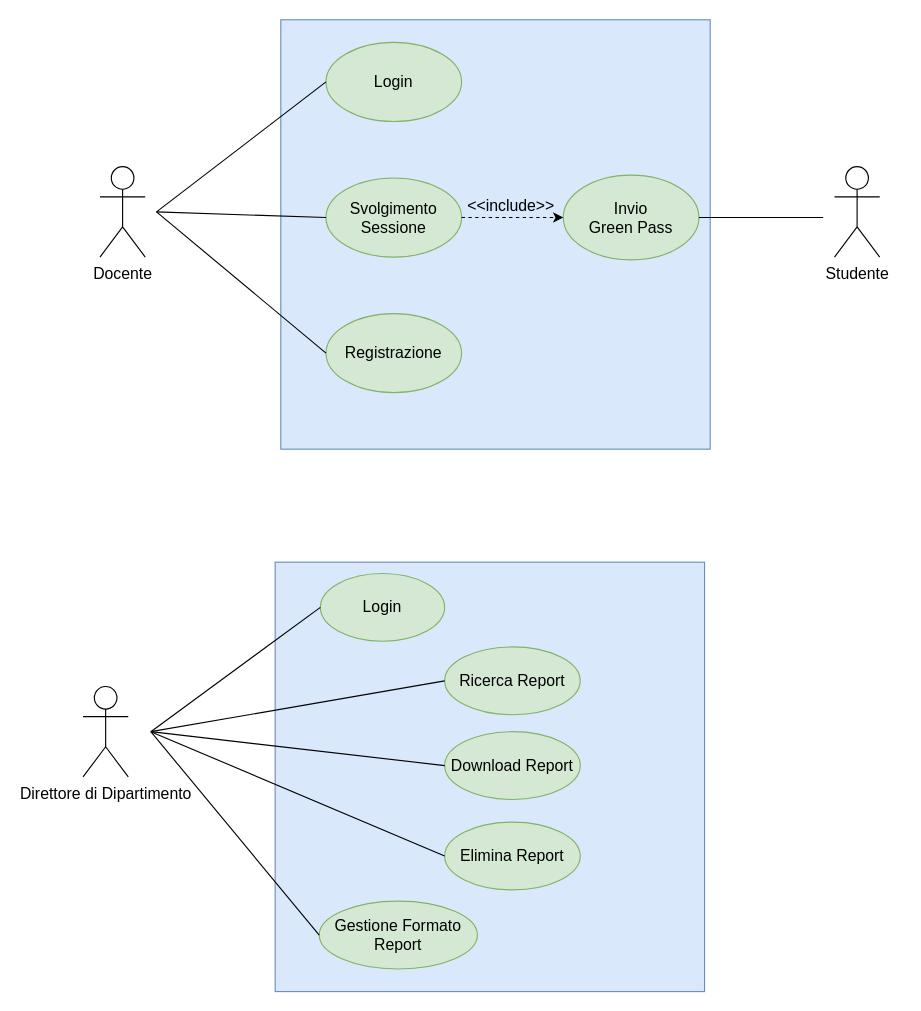
The draw.io diagram Documentazione/Resources/Use Case Model.drawio in Alberto-00/EasyPass, before the edit. Source tidied: cells renumbered, new cells numbered last; positions are measured from the earlier drawing's top-left corner, leaving out a move shared by most shapes. Both pictures are drawn from the tidied source at 113%, with x=0, y=0 at pixel (82, 19).
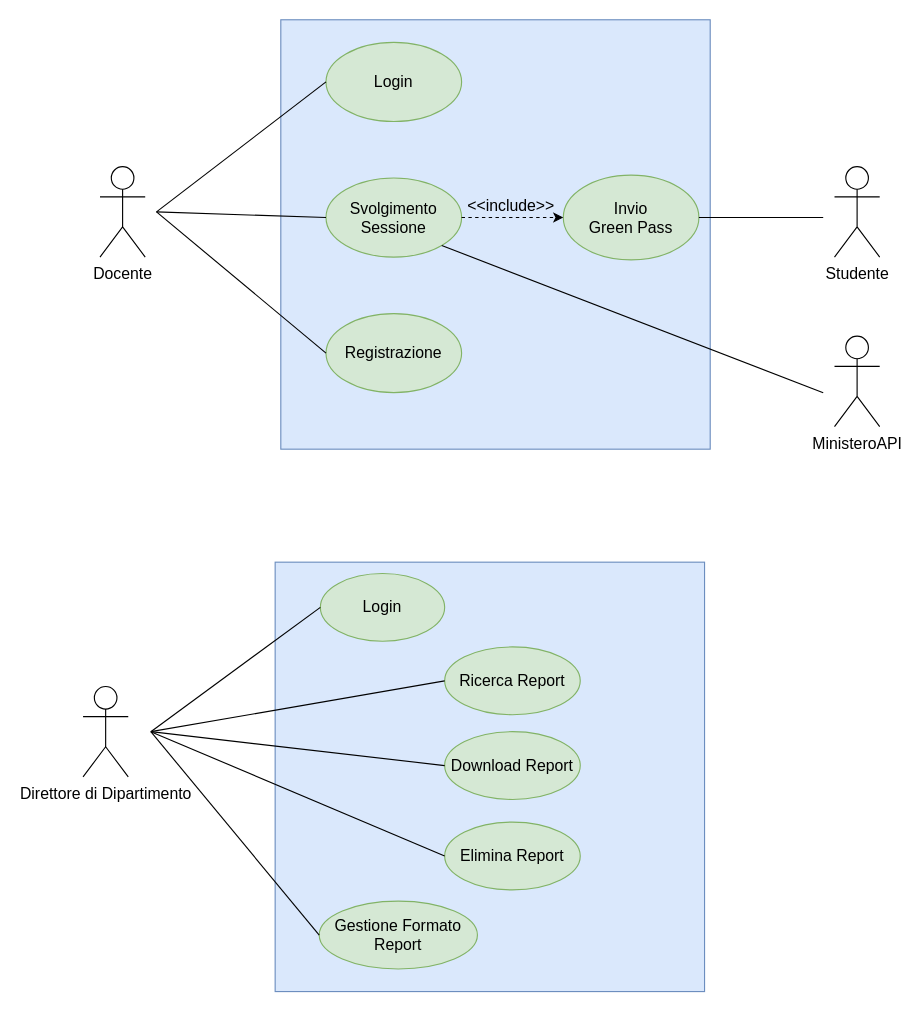
Above is the later version.

Unchanged cells that the change refers to:
```xml
<mxCell id="5" value="&lt;font style=&quot;font-size: 14px&quot;&gt;Svolgimento Sessione&lt;/font&gt;" style="ellipse;whiteSpace=wrap;html=1;fillColor=#d5e8d4;strokeColor=#82b366;" parent="1" vertex="1">
  <mxGeometry x="215" y="140" width="120" height="70" as="geometry" />
</mxCell>
```

Change to the diagram source:
```diff
@@
+    <mxCell id="27" value="&lt;font style=&quot;font-size: 14px&quot;&gt;MinisteroAPI&lt;/font&gt;" style="shape=umlActor;verticalLabelPosition=bottom;verticalAlign=top;html=1;" parent="1" vertex="1">
+      <mxGeometry x="665" y="280" width="40" height="80" as="geometry" />
+    </mxCell>
+    <mxCell id="28" style="endArrow=none;html=1;rounded=0;fontSize=14;entryX=1;entryY=1;entryDx=0;entryDy=0;" parent="1" edge="1" target="5">
+      <mxGeometry relative="1" as="geometry">
+        <mxPoint x="655" y="330" as="sourcePoint" />
+      </mxGeometry>
+    </mxCell>
```
